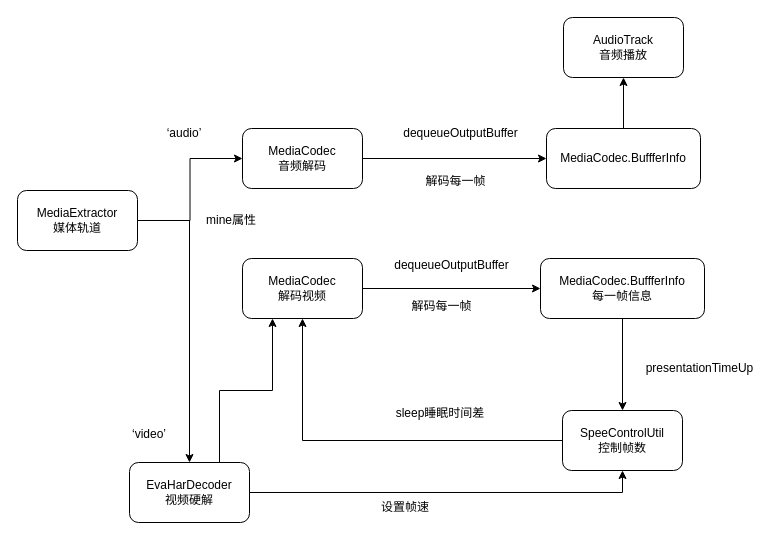
Earlier version of the draw.io diagram page "Page-4" (4 of 7) of Combo不被打断.drawio (cangwang/news). Source tidied: cells renumbered, new cells numbered last; positions are measured from the earlier drawing's top-left corner, leaving out a move shared by most shapes. Both pictures are drawn from the tidied source at 100%, with x=0, y=0 at pixel (17, 17).
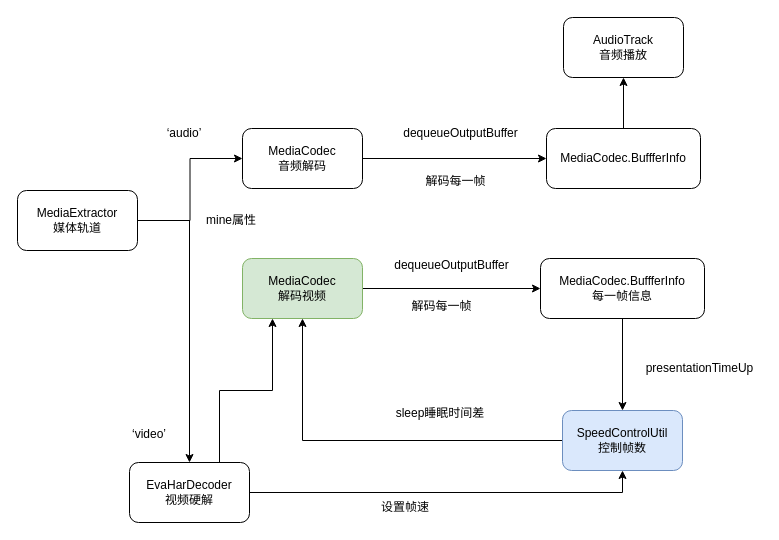
The same diagram, later.

Change to the diagram source:
```diff
@@
-    <mxCell id="5" value="MediaCodec&lt;br&gt;解码视频" style="rounded=1;whiteSpace=wrap;html=1;fillColor=default;" parent="1" vertex="1">
+    <mxCell id="5" value="MediaCodec&lt;br&gt;解码视频" style="rounded=1;whiteSpace=wrap;html=1;fillColor=#d5e8d4;strokeColor=#82b366;" parent="1" vertex="1">
       <mxGeometry x="225" y="241" width="120" height="60" as="geometry" />
     </mxCell>
@@
-    <mxCell id="9" value="SpeeControlUtil&lt;br&gt;控制帧数" style="rounded=1;whiteSpace=wrap;html=1;fillColor=default;" parent="1" vertex="1">
+    <mxCell id="9" value="SpeedControlUtil&lt;br&gt;控制帧数" style="rounded=1;whiteSpace=wrap;html=1;fillColor=#dae8fc;strokeColor=#6c8ebf;" parent="1" vertex="1">
       <mxGeometry x="545" y="393" width="120" height="60" as="geometry" />
     </mxCell>
```
